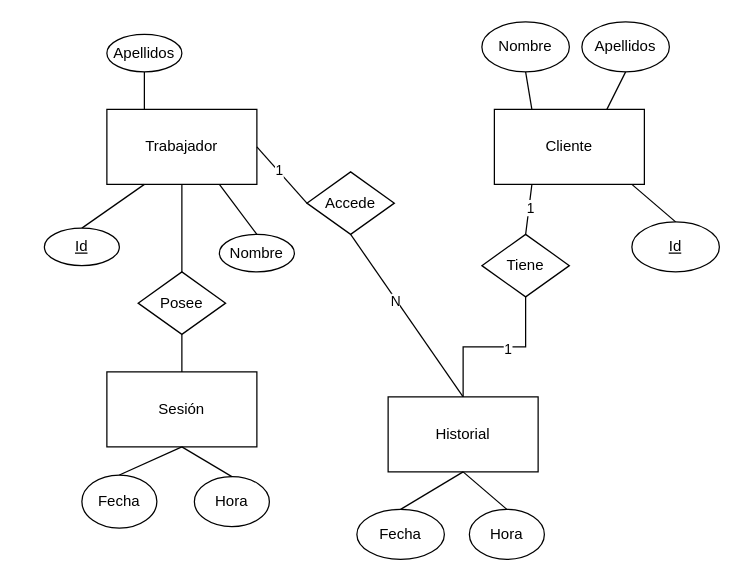
Above: Diagrama ER Trabajador.drawio in HuBaMarin/projDespliegue (draw.io), before the change. Source tidied: cells renumbered, new cells numbered last; positions are measured from the earlier drawing's top-left corner, leaving out a move shared by most shapes. Both pictures are drawn from the tidied source at 125%, with x=0, y=0 at pixel (44, 21).
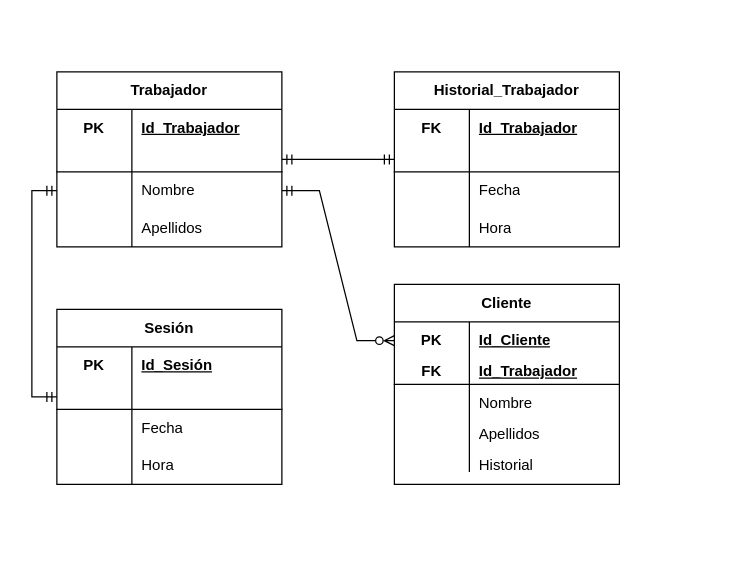
The same diagram, later.

Diff of the diagram source:
```diff
@@
-    <mxCell id="3" value="Trabajador" style="rounded=0;whiteSpace=wrap;html=1;" parent="1" vertex="1">
-      <mxGeometry x="50" y="70" width="120" height="60" as="geometry" />
+    <mxCell id="3" value="Trabajador" style="shape=table;startSize=30;childLayout=tableLayout;rowLines=0;fontStyle=1;align=center;html=1;whiteSpace=wrap;" parent="1" vertex="1">
+      <mxGeometry x="10" y="40" width="180" height="140" as="geometry" />
     </mxCell>
-    <mxCell id="4" style="endArrow=none;html=1;rounded=0;entryX=0.25;entryY=1;entryDx=0;entryDy=0;exitX=0.5;exitY=0;exitDx=0;exitDy=0;" parent="1" edge="1" source="5" target="3">
-      <mxGeometry relative="1" as="geometry" />
-    </mxCell>
-    <mxCell id="5" value="&lt;u&gt;Id&lt;/u&gt;" style="ellipse;whiteSpace=wrap;html=1;" parent="1" vertex="1">
-      <mxGeometry y="165" width="60" height="30" as="geometry" />
-    </mxCell>
-    <mxCell id="6" style="endArrow=none;html=1;rounded=0;entryX=0.75;entryY=1;entryDx=0;entryDy=0;exitX=0.5;exitY=0;exitDx=0;exitDy=0;" parent="1" edge="1" source="7" target="3">
-      <mxGeometry relative="1" as="geometry" />
-    </mxCell>
-    <mxCell id="7" value="Nombre" style="ellipse;whiteSpace=wrap;html=1;" parent="1" vertex="1">
-      <mxGeometry x="140" y="170" width="60" height="30" as="geometry" />
-    </mxCell>
-    <mxCell id="8" value="Apellidos" style="ellipse;whiteSpace=wrap;html=1;" parent="1" vertex="1">
-      <mxGeometry x="50" y="10" width="60" height="30" as="geometry" />
-    </mxCell>
-    <mxCell id="9" style="endArrow=none;html=1;rounded=0;entryX=0.5;entryY=1;entryDx=0;entryDy=0;exitX=0.25;exitY=0;exitDx=0;exitDy=0;" parent="1" edge="1" source="3" target="8">
-      <mxGeometry relative="1" as="geometry" />
-    </mxCell>
-    <mxCell id="10" value="Accede" style="rhombus;whiteSpace=wrap;html=1;" parent="1" vertex="1">
-      <mxGeometry x="210" y="120" width="70" height="50" as="geometry" />
-    </mxCell>
-    <mxCell id="11" style="endArrow=none;html=1;rounded=0;exitX=1;exitY=0.5;exitDx=0;exitDy=0;entryX=0;entryY=0.5;entryDx=0;entryDy=0;" parent="1" edge="1" source="3" target="10">
-      <mxGeometry relative="1" as="geometry" />
-    </mxCell>
-    <mxCell id="12" value="1" style="edgeLabel;html=1;align=center;verticalAlign=middle;" parent="11" vertex="1">
-      <mxGeometry x="-0.17" y="1" relative="1" as="geometry" />
-    </mxCell>
-    <mxCell id="13" style="endArrow=none;html=1;rounded=0;exitX=0.5;exitY=1;exitDx=0;exitDy=0;entryX=0.5;entryY=0;entryDx=0;entryDy=0;" parent="1" edge="1" source="10" target="24">
-      <mxGeometry relative="1" as="geometry" />
-    </mxCell>
-    <mxCell id="14" value="N" style="edgeLabel;html=1;align=center;verticalAlign=middle;" parent="13" vertex="1">
-      <mxGeometry x="-0.19" y="-1" relative="1" as="geometry" />
-    </mxCell>
+    <mxCell id="40" style="shape=tableRow;horizontal=0;startSize=0;swimlaneHead=0;swimlaneBody=0;fillColor=none;top=0;left=0;right=0;bottom=0;html=1;" parent="3" vertex="1">
+      <mxGeometry y="30" width="180" height="30" as="geometry" />
+    </mxCell>
+    <mxCell id="41" value="PK" style="shape=partialRectangle;fillColor=none;top=0;left=0;bottom=0;right=0;fontStyle=1;overflow=hidden;html=1;whiteSpace=wrap;" parent="40" vertex="1">
+      <mxGeometry width="60" height="30" as="geometry" />
+    </mxCell>
+    <mxCell id="42" value="Id_Trabajador" style="shape=partialRectangle;fillColor=none;top=0;left=0;bottom=0;right=0;align=left;spacingLeft=6;fontStyle=5;overflow=hidden;html=1;whiteSpace=wrap;" parent="40" vertex="1">
+      <mxGeometry x="60" width="120" height="30" as="geometry" />
+    </mxCell>
+    <mxCell id="43" style="shape=tableRow;horizontal=0;startSize=0;swimlaneHead=0;swimlaneBody=0;fillColor=none;points=[[0,0.5],[1,0.5]];portConstraint=eastwest;top=0;left=0;right=0;bottom=1;html=1;" parent="3" vertex="1">
+      <mxGeometry y="60" width="180" height="20" as="geometry" />
+    </mxCell>
+    <mxCell id="44" style="shape=partialRectangle;fillColor=none;top=0;left=0;bottom=0;right=0;fontStyle=1;overflow=hidden;html=1;whiteSpace=wrap;" parent="43" vertex="1">
+      <mxGeometry width="60" height="20" as="geometry" />
+    </mxCell>
+    <mxCell id="45" style="shape=partialRectangle;fillColor=none;top=0;left=0;bottom=0;right=0;align=left;spacingLeft=6;fontStyle=5;overflow=hidden;html=1;whiteSpace=wrap;" parent="43" vertex="1">
+      <mxGeometry x="60" width="120" height="20" as="geometry" />
+    </mxCell>
+    <mxCell id="46" style="shape=tableRow;horizontal=0;startSize=0;swimlaneHead=0;swimlaneBody=0;fillColor=none;points=[[0,0.5],[1,0.5]];portConstraint=eastwest;top=0;left=0;right=0;bottom=0;html=1;" parent="3" vertex="1">
+      <mxGeometry y="80" width="180" height="30" as="geometry" />
+    </mxCell>
+    <mxCell id="47" style="shape=partialRectangle;fillColor=none;top=0;left=0;bottom=0;right=0;overflow=hidden;html=1;whiteSpace=wrap;" parent="46" vertex="1">
+      <mxGeometry width="60" height="30" as="geometry" />
+    </mxCell>
+    <mxCell id="48" value="Nombre" style="shape=partialRectangle;fillColor=none;top=0;left=0;bottom=0;right=0;align=left;spacingLeft=6;overflow=hidden;html=1;whiteSpace=wrap;" parent="46" vertex="1">
+      <mxGeometry x="60" width="120" height="30" as="geometry" />
+    </mxCell>
+    <mxCell id="49" style="shape=tableRow;horizontal=0;startSize=0;swimlaneHead=0;swimlaneBody=0;fillColor=none;top=0;left=0;right=0;bottom=0;html=1;" parent="3" vertex="1">
+      <mxGeometry y="110" width="180" height="30" as="geometry" />
+    </mxCell>
+    <mxCell id="50" style="shape=partialRectangle;fillColor=none;top=0;left=0;bottom=0;right=0;overflow=hidden;html=1;whiteSpace=wrap;" parent="49" vertex="1">
+      <mxGeometry width="60" height="30" as="geometry" />
+    </mxCell>
+    <mxCell id="51" value="Apellidos" style="shape=partialRectangle;fillColor=none;top=0;left=0;bottom=0;right=0;align=left;spacingLeft=6;overflow=hidden;html=1;whiteSpace=wrap;" parent="49" vertex="1">
+      <mxGeometry x="60" width="120" height="30" as="geometry" />
+    </mxCell>
+    <mxCell id="31" value="Sesión" style="shape=table;startSize=30;childLayout=tableLayout;rowLines=0;fontStyle=1;align=center;html=1;whiteSpace=wrap;" parent="1" vertex="1">
+      <mxGeometry x="10" y="230" width="180" height="140" as="geometry" />
+    </mxCell>
+    <mxCell id="52" style="shape=tableRow;horizontal=0;startSize=0;swimlaneHead=0;swimlaneBody=0;fillColor=none;top=0;left=0;right=0;bottom=0;html=1;" parent="31" vertex="1">
+      <mxGeometry y="30" width="180" height="30" as="geometry" />
+    </mxCell>
+    <mxCell id="53" value="PK" style="shape=partialRectangle;fillColor=none;top=0;left=0;bottom=0;right=0;fontStyle=1;overflow=hidden;html=1;whiteSpace=wrap;" parent="52" vertex="1">
+      <mxGeometry width="60" height="30" as="geometry" />
+    </mxCell>
+    <mxCell id="54" value="Id_Sesión" style="shape=partialRectangle;fillColor=none;top=0;left=0;bottom=0;right=0;align=left;spacingLeft=6;fontStyle=5;overflow=hidden;html=1;whiteSpace=wrap;" parent="52" vertex="1">
+      <mxGeometry x="60" width="120" height="30" as="geometry" />
+    </mxCell>
+    <mxCell id="55" style="shape=tableRow;horizontal=0;startSize=0;swimlaneHead=0;swimlaneBody=0;fillColor=none;points=[[0,0.5],[1,0.5]];portConstraint=eastwest;top=0;left=0;right=0;bottom=1;html=1;" parent="31" vertex="1">
+      <mxGeometry y="60" width="180" height="20" as="geometry" />
+    </mxCell>
+    <mxCell id="56" style="shape=partialRectangle;fillColor=none;top=0;left=0;bottom=0;right=0;fontStyle=1;overflow=hidden;html=1;whiteSpace=wrap;" parent="55" vertex="1">
+      <mxGeometry width="60" height="20" as="geometry" />
+    </mxCell>
+    <mxCell id="57" style="shape=partialRectangle;fillColor=none;top=0;left=0;bottom=0;right=0;align=left;spacingLeft=6;fontStyle=5;overflow=hidden;html=1;whiteSpace=wrap;" parent="55" vertex="1">
+      <mxGeometry x="60" width="120" height="20" as="geometry" />
+    </mxCell>
+    <mxCell id="58" style="shape=tableRow;horizontal=0;startSize=0;swimlaneHead=0;swimlaneBody=0;fillColor=none;top=0;left=0;right=0;bottom=0;html=1;" parent="31" vertex="1">
+      <mxGeometry y="80" width="180" height="30" as="geometry" />
+    </mxCell>
+    <mxCell id="59" style="shape=partialRectangle;fillColor=none;top=0;left=0;bottom=0;right=0;overflow=hidden;html=1;whiteSpace=wrap;" parent="58" vertex="1">
+      <mxGeometry width="60" height="30" as="geometry" />
+    </mxCell>
+    <mxCell id="60" value="Fecha" style="shape=partialRectangle;fillColor=none;top=0;left=0;bottom=0;right=0;align=left;spacingLeft=6;overflow=hidden;html=1;whiteSpace=wrap;" parent="58" vertex="1">
+      <mxGeometry x="60" width="120" height="30" as="geometry" />
+    </mxCell>
+    <mxCell id="61" style="shape=tableRow;horizontal=0;startSize=0;swimlaneHead=0;swimlaneBody=0;fillColor=none;top=0;left=0;right=0;bottom=0;html=1;" parent="31" vertex="1">
+      <mxGeometry y="110" width="180" height="30" as="geometry" />
+    </mxCell>
+    <mxCell id="62" style="shape=partialRectangle;fillColor=none;top=0;left=0;bottom=0;right=0;overflow=hidden;html=1;whiteSpace=wrap;" parent="61" vertex="1">
+      <mxGeometry width="60" height="30" as="geometry" />
+    </mxCell>
+    <mxCell id="63" value="Hora" style="shape=partialRectangle;fillColor=none;top=0;left=0;bottom=0;right=0;align=left;spacingLeft=6;overflow=hidden;html=1;whiteSpace=wrap;" parent="61" vertex="1">
+      <mxGeometry x="60" width="120" height="30" as="geometry" />
+    </mxCell>
+    <mxCell id="64" value="Historial_Trabajador" style="shape=table;startSize=30;childLayout=tableLayout;rowLines=0;fontStyle=1;align=center;html=1;whiteSpace=wrap;" parent="1" vertex="1">
+      <mxGeometry x="280" y="40" width="180" height="140" as="geometry" />
+    </mxCell>
+    <mxCell id="65" style="shape=tableRow;horizontal=0;startSize=0;swimlaneHead=0;swimlaneBody=0;fillColor=none;top=0;left=0;right=0;bottom=0;html=1;" parent="64" vertex="1">
+      <mxGeometry y="30" width="180" height="30" as="geometry" />
+    </mxCell>
+    <mxCell id="66" value="FK" style="shape=partialRectangle;fillColor=none;top=0;left=0;bottom=0;right=0;fontStyle=1;overflow=hidden;html=1;whiteSpace=wrap;" parent="65" vertex="1">
+      <mxGeometry width="60" height="30" as="geometry" />
+    </mxCell>
+    <mxCell id="67" value="Id_Trabajador" style="shape=partialRectangle;fillColor=none;top=0;left=0;bottom=0;right=0;align=left;spacingLeft=6;fontStyle=5;overflow=hidden;html=1;whiteSpace=wrap;" parent="65" vertex="1">
+      <mxGeometry x="60" width="120" height="30" as="geometry" />
+    </mxCell>
+    <mxCell id="68" style="shape=tableRow;horizontal=0;startSize=0;swimlaneHead=0;swimlaneBody=0;fillColor=none;points=[[0,0.5],[1,0.5]];portConstraint=eastwest;top=0;left=0;right=0;bottom=1;html=1;" parent="64" vertex="1">
+      <mxGeometry y="60" width="180" height="20" as="geometry" />
+    </mxCell>
+    <mxCell id="69" style="shape=partialRectangle;fillColor=none;top=0;left=0;bottom=0;right=0;fontStyle=1;overflow=hidden;html=1;whiteSpace=wrap;" parent="68" vertex="1">
+      <mxGeometry width="60" height="20" as="geometry" />
+    </mxCell>
+    <mxCell id="70" style="shape=partialRectangle;fillColor=none;top=0;left=0;bottom=0;right=0;align=left;spacingLeft=6;fontStyle=5;overflow=hidden;html=1;whiteSpace=wrap;" parent="68" vertex="1">
+      <mxGeometry x="60" width="120" height="20" as="geometry" />
+    </mxCell>
+    <mxCell id="71" style="shape=tableRow;horizontal=0;startSize=0;swimlaneHead=0;swimlaneBody=0;fillColor=none;top=0;left=0;right=0;bottom=0;html=1;" parent="64" vertex="1">
+      <mxGeometry y="80" width="180" height="30" as="geometry" />
+    </mxCell>
+    <mxCell id="72" style="shape=partialRectangle;fillColor=none;top=0;left=0;bottom=0;right=0;overflow=hidden;html=1;whiteSpace=wrap;" parent="71" vertex="1">
+      <mxGeometry width="60" height="30" as="geometry" />
+    </mxCell>
+    <mxCell id="73" value="Fecha" style="shape=partialRectangle;fillColor=none;top=0;left=0;bottom=0;right=0;align=left;spacingLeft=6;overflow=hidden;html=1;whiteSpace=wrap;" parent="71" vertex="1">
+      <mxGeometry x="60" width="120" height="30" as="geometry" />
+    </mxCell>
+    <mxCell id="74" style="shape=tableRow;horizontal=0;startSize=0;swimlaneHead=0;swimlaneBody=0;fillColor=none;top=0;left=0;right=0;bottom=0;html=1;" parent="64" vertex="1">
+      <mxGeometry y="110" width="180" height="30" as="geometry" />
+    </mxCell>
+    <mxCell id="75" style="shape=partialRectangle;fillColor=none;top=0;left=0;bottom=0;right=0;overflow=hidden;html=1;whiteSpace=wrap;" parent="74" vertex="1">
+      <mxGeometry width="60" height="30" as="geometry" />
+    </mxCell>
+    <mxCell id="76" value="Hora" style="shape=partialRectangle;fillColor=none;top=0;left=0;bottom=0;right=0;align=left;spacingLeft=6;overflow=hidden;html=1;whiteSpace=wrap;" parent="74" vertex="1">
+      <mxGeometry x="60" width="120" height="30" as="geometry" />
+    </mxCell>
+    <mxCell id="77" style="edgeStyle=entityRelationEdgeStyle;fontSize=12;html=1;endArrow=ERmandOne;startArrow=ERmandOne;rounded=0;entryX=1;entryY=0.5;entryDx=0;entryDy=0;exitX=0;exitY=0.5;exitDx=0;exitDy=0;" parent="1" edge="1" source="68" target="43">
+      <mxGeometry relative="1" as="geometry" />
+    </mxCell>
-    <mxCell id="15" value="Cliente" style="rounded=0;whiteSpace=wrap;html=1;" parent="1" vertex="1">
-      <mxGeometry x="360" y="70" width="120" height="60" as="geometry" />
+    <mxCell id="15" value="Cliente" style="shape=table;startSize=30;childLayout=tableLayout;rowLines=0;fontStyle=1;align=center;html=1;whiteSpace=wrap;" parent="1" vertex="1">
+      <mxGeometry x="280" y="210" width="180" height="160" as="geometry" />
     </mxCell>
-    <mxCell id="16" style="endArrow=none;html=1;rounded=0;entryX=0.25;entryY=1;entryDx=0;entryDy=0;exitX=0.5;exitY=0;exitDx=0;exitDy=0;" parent="1" edge="1" source="27" target="15">
-      <mxGeometry relative="1" as="geometry" />
-    </mxCell>
-    <mxCell id="17" value="1" style="edgeLabel;html=1;align=center;verticalAlign=middle;" parent="16" vertex="1">
-      <mxGeometry x="0.1" y="-1" relative="1" as="geometry" />
-    </mxCell>
-    <mxCell id="18" value="&lt;u&gt;Id&lt;/u&gt;" style="ellipse;whiteSpace=wrap;html=1;" parent="1" vertex="1">
-      <mxGeometry x="470" y="160" width="70" height="40" as="geometry" />
-    </mxCell>
-    <mxCell id="19" style="endArrow=none;html=1;rounded=0;entryX=0.25;entryY=1;entryDx=0;entryDy=0;exitX=0.5;exitY=0;exitDx=0;exitDy=0;" parent="1" edge="1" source="18">
-      <mxGeometry relative="1" as="geometry">
-        <mxPoint x="470" y="130" as="targetPoint" />
-      </mxGeometry>
-    </mxCell>
-    <mxCell id="20" value="Nombre" style="ellipse;whiteSpace=wrap;html=1;" parent="1" vertex="1">
-      <mxGeometry x="350" width="70" height="40" as="geometry" />
-    </mxCell>
-    <mxCell id="21" style="endArrow=none;html=1;rounded=0;entryX=0.25;entryY=0;entryDx=0;entryDy=0;exitX=0.5;exitY=1;exitDx=0;exitDy=0;" parent="1" edge="1" source="20" target="15">
-      <mxGeometry relative="1" as="geometry" />
-    </mxCell>
-    <mxCell id="22" value="Apellidos" style="ellipse;whiteSpace=wrap;html=1;" parent="1" vertex="1">
-      <mxGeometry x="430" width="70" height="40" as="geometry" />
-    </mxCell>
-    <mxCell id="23" style="endArrow=none;html=1;rounded=0;entryX=0.75;entryY=0;entryDx=0;entryDy=0;exitX=0.5;exitY=1;exitDx=0;exitDy=0;" parent="1" edge="1" source="22" target="15">
-      <mxGeometry relative="1" as="geometry" />
-    </mxCell>
+    <mxCell id="78" style="shape=tableRow;horizontal=0;startSize=0;swimlaneHead=0;swimlaneBody=0;fillColor=none;points=[[0,0.5],[1,0.5]];portConstraint=eastwest;top=0;left=0;right=0;bottom=0;html=1;" parent="15" vertex="1">
+      <mxGeometry y="30" width="180" height="30" as="geometry" />
+    </mxCell>
+    <mxCell id="79" value="PK" style="shape=partialRectangle;fillColor=none;top=0;left=0;bottom=0;right=0;fontStyle=1;overflow=hidden;html=1;whiteSpace=wrap;" parent="78" vertex="1">
+      <mxGeometry width="60" height="30" as="geometry" />
+    </mxCell>
+    <mxCell id="80" value="Id_Cliente" style="shape=partialRectangle;fillColor=none;top=0;left=0;bottom=0;right=0;align=left;spacingLeft=6;fontStyle=5;overflow=hidden;html=1;whiteSpace=wrap;" parent="78" vertex="1">
+      <mxGeometry x="60" width="120" height="30" as="geometry" />
+    </mxCell>
+    <mxCell id="81" style="shape=tableRow;horizontal=0;startSize=0;swimlaneHead=0;swimlaneBody=0;fillColor=none;top=0;left=0;right=0;bottom=1;html=1;" parent="15" vertex="1">
+      <mxGeometry y="60" width="180" height="20" as="geometry" />
+    </mxCell>
+    <mxCell id="82" value="FK" style="shape=partialRectangle;fillColor=none;top=0;left=0;bottom=0;right=0;fontStyle=1;overflow=hidden;html=1;whiteSpace=wrap;" parent="81" vertex="1">
+      <mxGeometry width="60" height="20" as="geometry" />
+    </mxCell>
+    <mxCell id="83" value="Id_Trabajador" style="shape=partialRectangle;fillColor=none;top=0;left=0;bottom=0;right=0;align=left;spacingLeft=6;fontStyle=5;overflow=hidden;html=1;whiteSpace=wrap;" parent="81" vertex="1">
+      <mxGeometry x="60" width="120" height="20" as="geometry" />
+    </mxCell>
+    <mxCell id="84" style="shape=tableRow;horizontal=0;startSize=0;swimlaneHead=0;swimlaneBody=0;fillColor=none;top=0;left=0;right=0;bottom=0;html=1;" parent="15" vertex="1">
+      <mxGeometry y="80" width="180" height="30" as="geometry" />
+    </mxCell>
+    <mxCell id="85" style="shape=partialRectangle;fillColor=none;top=0;left=0;bottom=0;right=0;overflow=hidden;html=1;whiteSpace=wrap;" parent="84" vertex="1">
+      <mxGeometry width="60" height="30" as="geometry" />
+    </mxCell>
+    <mxCell id="86" value="Nombre" style="shape=partialRectangle;fillColor=none;top=0;left=0;bottom=0;right=0;align=left;spacingLeft=6;overflow=hidden;html=1;whiteSpace=wrap;" parent="84" vertex="1">
+      <mxGeometry x="60" width="120" height="30" as="geometry" />
+    </mxCell>
+    <mxCell id="87" style="shape=tableRow;horizontal=0;startSize=0;swimlaneHead=0;swimlaneBody=0;fillColor=none;top=0;left=0;right=0;bottom=0;html=1;" parent="15" vertex="1">
+      <mxGeometry y="110" width="180" height="20" as="geometry" />
+    </mxCell>
+    <mxCell id="88" style="shape=partialRectangle;fillColor=none;top=0;left=0;bottom=0;right=0;overflow=hidden;html=1;whiteSpace=wrap;" parent="87" vertex="1">
+      <mxGeometry width="60" height="20" as="geometry" />
+    </mxCell>
+    <mxCell id="89" value="Apellidos" style="shape=partialRectangle;fillColor=none;top=0;left=0;bottom=0;right=0;align=left;spacingLeft=6;overflow=hidden;html=1;whiteSpace=wrap;" parent="87" vertex="1">
+      <mxGeometry x="60" width="120" height="20" as="geometry" />
+    </mxCell>
+    <mxCell id="90" style="shape=tableRow;horizontal=0;startSize=0;swimlaneHead=0;swimlaneBody=0;fillColor=none;top=0;left=0;right=0;bottom=0;html=1;" parent="15" vertex="1">
+      <mxGeometry y="130" width="180" height="20" as="geometry" />
+    </mxCell>
+    <mxCell id="91" style="shape=partialRectangle;fillColor=none;top=0;left=0;bottom=0;right=0;overflow=hidden;html=1;whiteSpace=wrap;" parent="90" vertex="1">
+      <mxGeometry width="60" height="20" as="geometry" />
+    </mxCell>
+    <mxCell id="92" style="shape=partialRectangle;fillColor=none;top=0;left=0;bottom=0;right=0;align=left;spacingLeft=6;overflow=hidden;html=1;whiteSpace=wrap;" parent="90" vertex="1">
+      <mxGeometry x="60" width="120" height="20" as="geometry" />
+    </mxCell>
+    <mxCell id="93" style="edgeStyle=entityRelationEdgeStyle;fontSize=12;html=1;endArrow=ERmandOne;startArrow=ERzeroToMany;rounded=0;entryX=1;entryY=0.5;entryDx=0;entryDy=0;exitX=0;exitY=0.5;exitDx=0;exitDy=0;startFill=0;endFill=0;" parent="1" edge="1" source="78" target="46">
+      <mxGeometry relative="1" as="geometry">
+        <Array as="points">
+          <mxPoint x="260" y="200" />
+          <mxPoint x="250" y="200" />
+          <mxPoint x="240" y="135" />
+        </Array>
+      </mxGeometry>
+    </mxCell>
+    <mxCell id="94" style="edgeStyle=orthogonalEdgeStyle;rounded=0;jettySize=auto;html=1;entryX=0;entryY=0.5;entryDx=0;entryDy=0;startArrow=ERmandOne;startFill=0;endArrow=ERmandOne;endFill=0;" parent="1" edge="1" source="55" target="46">
+      <mxGeometry relative="1" as="geometry" />
+    </mxCell>
+    <mxCell id="95" style="shape=partialRectangle;fillColor=none;top=0;left=0;bottom=0;right=0;overflow=hidden;html=1;whiteSpace=wrap;" parent="1" vertex="1">
+      <mxGeometry x="280" y="340" width="60" height="30" as="geometry" />
+    </mxCell>
-    <mxCell id="24" value="Historial" style="rounded=0;whiteSpace=wrap;html=1;" parent="1" vertex="1">
-      <mxGeometry x="275" y="300" width="120" height="60" as="geometry" />
+    <mxCell id="24" value="Historial" style="shape=partialRectangle;fillColor=none;top=0;left=0;bottom=0;right=0;align=left;spacingLeft=6;overflow=hidden;html=1;whiteSpace=wrap;" parent="1" vertex="1">
+      <mxGeometry x="340" y="340" width="120" height="30" as="geometry" />
     </mxCell>
-    <mxCell id="25" style="edgeStyle=orthogonalEdgeStyle;rounded=0;jettySize=auto;html=1;entryX=0.5;entryY=0;entryDx=0;entryDy=0;endArrow=none;endFill=0;" parent="1" edge="1" source="27" target="24">
-      <mxGeometry relative="1" as="geometry" />
-    </mxCell>
-    <mxCell id="26" value="1" style="edgeLabel;html=1;align=center;verticalAlign=middle;" parent="25" vertex="1">
-      <mxGeometry x="-0.16" y="1" relative="1" as="geometry" />
-    </mxCell>
-    <mxCell id="27" value="Tiene" style="rhombus;whiteSpace=wrap;html=1;" parent="1" vertex="1">
-      <mxGeometry x="350" y="170" width="70" height="50" as="geometry" />
-    </mxCell>
-    <mxCell id="28" value="Fecha" style="ellipse;whiteSpace=wrap;html=1;" parent="1" vertex="1">
-      <mxGeometry x="250" y="390" width="70" height="40" as="geometry" />
-    </mxCell>
-    <mxCell id="29" style="endArrow=none;html=1;rounded=0;entryX=0.5;entryY=1;entryDx=0;entryDy=0;exitX=0.5;exitY=0;exitDx=0;exitDy=0;" parent="1" edge="1" source="28" target="24">
-      <mxGeometry relative="1" as="geometry" />
-    </mxCell>
-    <mxCell id="30" value="Posee" style="rhombus;whiteSpace=wrap;html=1;" parent="1" vertex="1">
-      <mxGeometry x="75" y="200" width="70" height="50" as="geometry" />
-    </mxCell>
-    <mxCell id="31" value="Sesión" style="rounded=0;whiteSpace=wrap;html=1;" parent="1" vertex="1">
-      <mxGeometry x="50" y="280" width="120" height="60" as="geometry" />
-    </mxCell>
-    <mxCell id="32" style="endArrow=none;html=1;rounded=0;entryX=0.5;entryY=1;entryDx=0;entryDy=0;exitX=0.5;exitY=0;exitDx=0;exitDy=0;" parent="1" edge="1" source="30" target="3">
-      <mxGeometry relative="1" as="geometry" />
-    </mxCell>
-    <mxCell id="33" style="endArrow=none;html=1;rounded=0;entryX=0.5;entryY=1;entryDx=0;entryDy=0;exitX=0.5;exitY=0;exitDx=0;exitDy=0;" parent="1" edge="1" source="31" target="30">
-      <mxGeometry relative="1" as="geometry" />
-    </mxCell>
-    <mxCell id="34" value="Fecha" style="ellipse;whiteSpace=wrap;html=1;" parent="1" vertex="1">
-      <mxGeometry x="30" y="362.5" width="60" height="42.5" as="geometry" />
-    </mxCell>
-    <mxCell id="35" value="Hora" style="ellipse;whiteSpace=wrap;html=1;" parent="1" vertex="1">
-      <mxGeometry x="120" y="363.8" width="60" height="40" as="geometry" />
-    </mxCell>
-    <mxCell id="36" value="Hora" style="ellipse;whiteSpace=wrap;html=1;" parent="1" vertex="1">
-      <mxGeometry x="340" y="390" width="60" height="40" as="geometry" />
-    </mxCell>
-    <mxCell id="37" style="endArrow=none;html=1;rounded=0;entryX=0.5;entryY=1;entryDx=0;entryDy=0;exitX=0.5;exitY=0;exitDx=0;exitDy=0;" parent="1" edge="1" source="36" target="24">
-      <mxGeometry relative="1" as="geometry" />
-    </mxCell>
-    <mxCell id="38" style="endArrow=none;html=1;rounded=0;exitX=0.5;exitY=1;exitDx=0;exitDy=0;entryX=0.5;entryY=0;entryDx=0;entryDy=0;" parent="1" edge="1" source="31" target="34">
-      <mxGeometry relative="1" as="geometry" />
-    </mxCell>
-    <mxCell id="39" style="endArrow=none;html=1;rounded=0;exitX=0.5;exitY=1;exitDx=0;exitDy=0;entryX=0.5;entryY=0;entryDx=0;entryDy=0;" parent="1" edge="1" source="31" target="35">
-      <mxGeometry relative="1" as="geometry" />
-    </mxCell>
```
